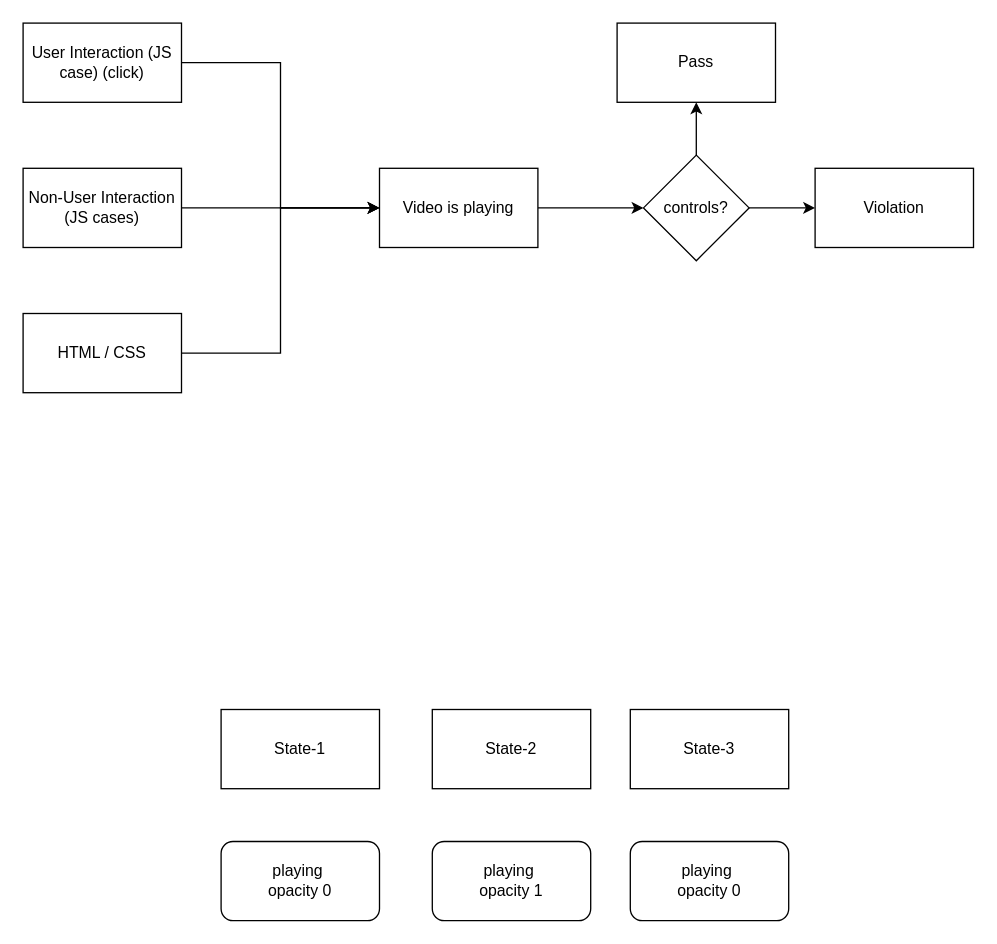
Earlier version of the draw.io diagram Video-Pause-Stop.drawio (solving321/draw.io). Source tidied: cells renumbered, new cells numbered last; positions are measured from the earlier drawing's top-left corner, leaving out a move shared by most shapes. Both pictures are drawn from the tidied source at 132%, with x=0, y=0 at pixel (22, 22).
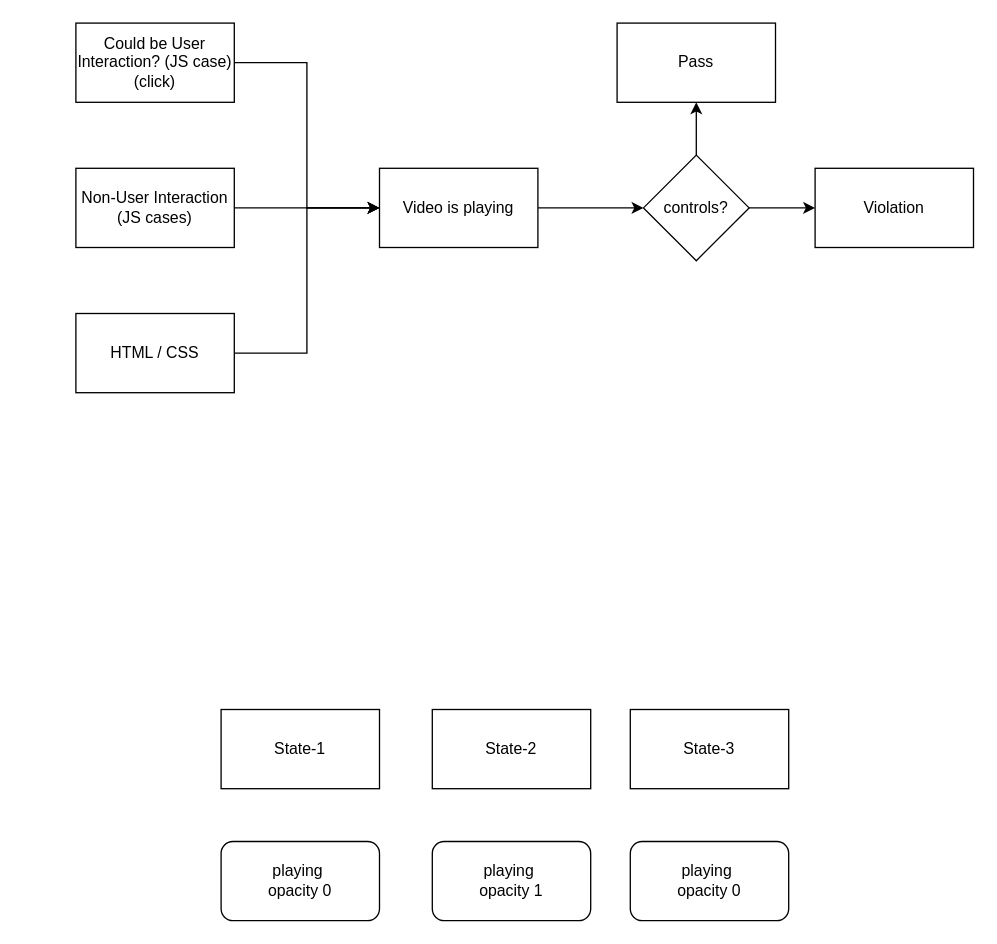
After the change.

Diff of the diagram source:
```diff
@@
-    <mxCell id="3" value="User Interaction (JS case) (click)" style="rounded=0;whiteSpace=wrap;html=1;" parent="1" vertex="1">
-      <mxGeometry width="120" height="60" as="geometry" />
+    <mxCell id="3" value="Could be User Interaction? (JS case) (click)" style="rounded=0;whiteSpace=wrap;html=1;" parent="1" vertex="1">
+      <mxGeometry x="40" width="120" height="60" as="geometry" />
     </mxCell>
@@
     <mxCell id="5" value="Non-User Interaction (JS cases)" style="rounded=0;whiteSpace=wrap;html=1;" parent="1" vertex="1">
-      <mxGeometry y="110" width="120" height="60" as="geometry" />
+      <mxGeometry x="40" y="110" width="120" height="60" as="geometry" />
     </mxCell>
@@
     <mxCell id="7" value="HTML / CSS" style="rounded=0;whiteSpace=wrap;html=1;" parent="1" vertex="1">
-      <mxGeometry y="220" width="120" height="60" as="geometry" />
+      <mxGeometry x="40" y="220" width="120" height="60" as="geometry" />
     </mxCell>
```
